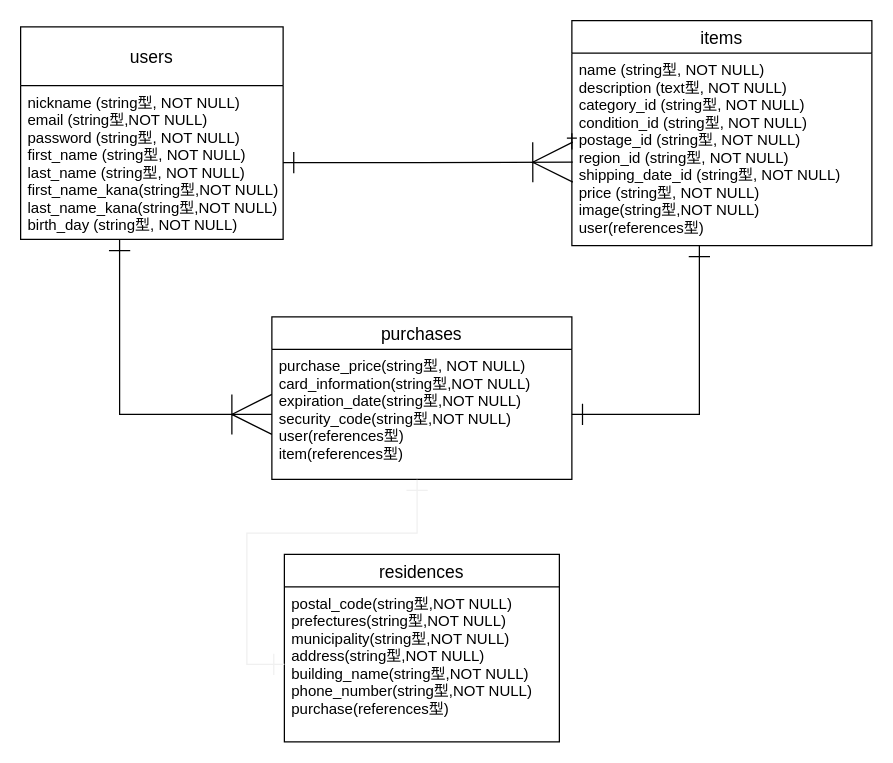
Earlier version of the draw.io diagram furima-32566.dio (Yu06rain/furima-32566). Source tidied: cells renumbered, new cells numbered last; positions are measured from the earlier drawing's top-left corner, leaving out a move shared by most shapes. Both pictures are drawn from the tidied source at 125%, with x=0, y=0 at pixel (20, 20).
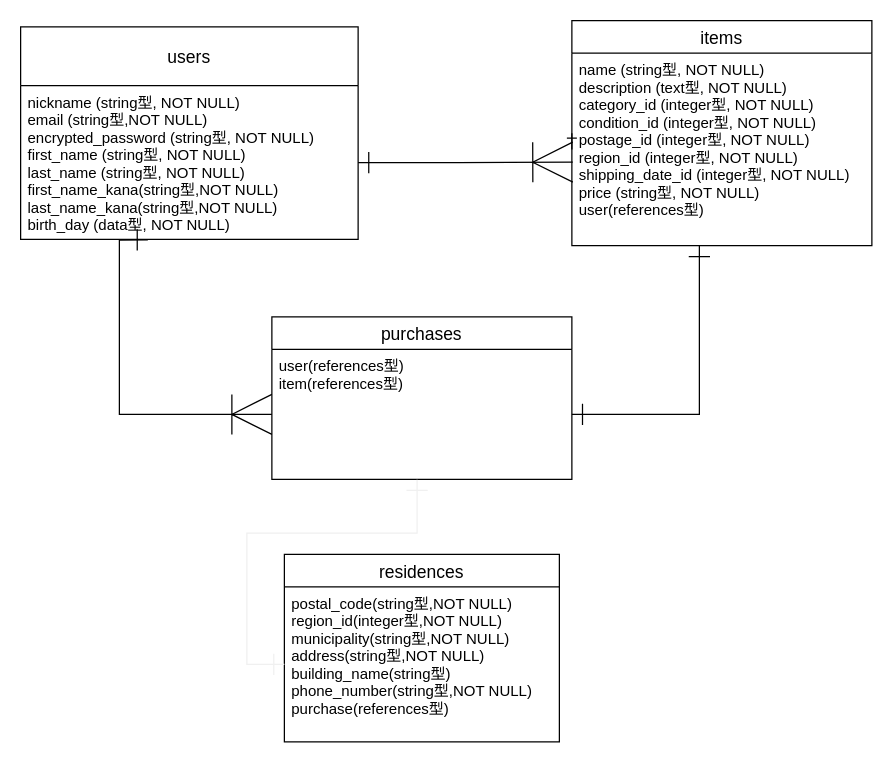
The same diagram, later.

Change to the diagram source:
```diff
@@
 <mxGraphModel>
   <root>
     <mxCell id="0" />
     <mxCell id="1" parent="0" />
     <mxCell id="2" value="users" style="swimlane;fontStyle=0;horizontal=1;startSize=47;align=center;fontSize=14;" parent="1" vertex="1">
-      <mxGeometry y="5" width="210" height="170" as="geometry" />
+      <mxGeometry y="5" width="270" height="170" as="geometry" />
     </mxCell>
-    <mxCell id="3" value="nickname (string型, NOT NULL)&#10;email (string型,NOT NULL)&#10;password (string型, NOT NULL)&#10;first_name (string型, NOT NULL)&#10;last_name (string型, NOT NULL)&#10;first_name_kana(string型,NOT NULL)&#10;last_name_kana(string型,NOT NULL)&#10;birth_day (string型, NOT NULL)" style="text;strokeColor=none;fillColor=none;spacingLeft=4;spacingRight=4;overflow=hidden;points=[[0,0.5],[1,0.5]];portConstraint=eastwest;fontSize=12;" parent="2" vertex="1">
-      <mxGeometry y="47" width="210" height="123" as="geometry" />
+    <mxCell id="3" value="nickname (string型, NOT NULL)&#10;email (string型,NOT NULL)&#10;encrypted_password (string型, NOT NULL)&#10;first_name (string型, NOT NULL)&#10;last_name (string型, NOT NULL)&#10;first_name_kana(string型,NOT NULL)&#10;last_name_kana(string型,NOT NULL)&#10;birth_day (data型, NOT NULL)" style="text;strokeColor=none;fillColor=none;spacingLeft=4;spacingRight=4;overflow=hidden;points=[[0,0.5],[1,0.5]];portConstraint=eastwest;fontSize=12;" parent="2" vertex="1">
+      <mxGeometry y="47" width="270" height="123" as="geometry" />
     </mxCell>
     <mxCell id="4" value="items" style="swimlane;fontStyle=0;horizontal=1;startSize=26;align=center;fontSize=14;" parent="1" vertex="1">
       <mxGeometry x="441" width="240" height="180" as="geometry" />
     </mxCell>
     <mxCell id="5" style="edgeStyle=orthogonalEdgeStyle;rounded=0;jumpSize=19;jettySize=auto;html=1;exitX=0;exitY=0.5;exitDx=0;exitDy=0;entryX=0;entryY=0.5;entryDx=0;entryDy=0;startSize=8;endArrow=ERone;endFill=0;endSize=6;" parent="4" edge="1" source="6" target="4">
       <mxGeometry relative="1" as="geometry" />
     </mxCell>
-    <mxCell id="6" value="name (string型, NOT NULL)&#10;description (text型, NOT NULL)&#10;category_id (string型, NOT NULL)&#10;condition_id (string型, NOT NULL)&#10;postage_id (string型, NOT NULL)&#10;region_id (string型, NOT NULL)&#10;shipping_date_id (string型, NOT NULL)&#10;price (string型, NOT NULL)&#10;image(string型,NOT NULL)&#10;user(references型)&#10;&#10;" style="text;strokeColor=none;fillColor=none;spacingLeft=4;spacingRight=4;overflow=hidden;points=[[0,0.5],[1,0.5]];portConstraint=eastwest;fontSize=12;" parent="4" vertex="1">
+    <mxCell id="6" value="name (string型, NOT NULL)&#10;description (text型, NOT NULL)&#10;category_id (integer型, NOT NULL)&#10;condition_id (integer型, NOT NULL)&#10;postage_id (integer型, NOT NULL)&#10;region_id (integer型, NOT NULL)&#10;shipping_date_id (integer型, NOT NULL)&#10;price (string型, NOT NULL)&#10;user(references型)&#10;&#10;" style="text;strokeColor=none;fillColor=none;spacingLeft=4;spacingRight=4;overflow=hidden;points=[[0,0.5],[1,0.5]];portConstraint=eastwest;fontSize=12;" parent="4" vertex="1">
       <mxGeometry y="26" width="240" height="154" as="geometry" />
     </mxCell>
     <mxCell id="7" value="purchases" style="swimlane;fontStyle=0;horizontal=1;startSize=26;align=center;fontSize=14;" parent="1" vertex="1">
       <mxGeometry x="201" y="237" width="240" height="130" as="geometry" />
     </mxCell>
-    <mxCell id="8" value="purchase_price(string型, NOT NULL)&#10;card_information(string型,NOT NULL)&#10;expiration_date(string型,NOT NULL)&#10;security_code(string型,NOT NULL)&#10;user(references型)&#10;item(references型)" style="text;strokeColor=none;fillColor=none;spacingLeft=4;spacingRight=4;overflow=hidden;points=[[0,0.5],[1,0.5]];portConstraint=eastwest;fontSize=12;" parent="7" vertex="1">
+    <mxCell id="8" value="user(references型)&#10;item(references型)" style="text;strokeColor=none;fillColor=none;spacingLeft=4;spacingRight=4;overflow=hidden;points=[[0,0.5],[1,0.5]];portConstraint=eastwest;fontSize=12;" parent="7" vertex="1">
       <mxGeometry y="26" width="240" height="104" as="geometry" />
     </mxCell>
     <mxCell id="9" value="residences" style="swimlane;fontStyle=0;horizontal=1;startSize=26;align=center;fontSize=14;" parent="1" vertex="1">
       <mxGeometry x="211" y="427" width="220" height="150" as="geometry" />
     </mxCell>
-    <mxCell id="10" value="postal_code(string型,NOT NULL)&#10;prefectures(string型,NOT NULL)&#10;municipality(string型,NOT NULL)&#10;address(string型,NOT NULL)&#10;building_name(string型,NOT NULL)&#10;phone_number(string型,NOT NULL)&#10;purchase(references型)" style="text;strokeColor=none;fillColor=none;spacingLeft=4;spacingRight=4;overflow=hidden;points=[[0,0.5],[1,0.5]];portConstraint=eastwest;fontSize=12;" parent="9" vertex="1">
+    <mxCell id="10" value="postal_code(string型,NOT NULL)&#10;region_id(integer型,NOT NULL)&#10;municipality(string型,NOT NULL)&#10;address(string型,NOT NULL)&#10;building_name(string型)&#10;phone_number(string型,NOT NULL)&#10;purchase(references型)" style="text;strokeColor=none;fillColor=none;spacingLeft=4;spacingRight=4;overflow=hidden;points=[[0,0.5],[1,0.5]];portConstraint=eastwest;fontSize=12;" parent="9" vertex="1">
       <mxGeometry y="26" width="220" height="124" as="geometry" />
     </mxCell>
     <mxCell id="11" style="edgeStyle=orthogonalEdgeStyle;rounded=0;jumpSize=19;jettySize=auto;html=1;exitX=0.377;exitY=1.004;exitDx=0;exitDy=0;endArrow=ERoneToMany;endFill=0;entryX=0;entryY=0.5;entryDx=0;entryDy=0;exitPerimeter=0;endSize=30;startArrow=ERone;startFill=0;startSize=15;" parent="1" edge="1" source="3" target="8">
       <mxGeometry relative="1" as="geometry">
         <Array as="points">
           <mxPoint x="79" y="315" />
         </Array>
       </mxGeometry>
     </mxCell>
     <mxCell id="12" style="edgeStyle=orthogonalEdgeStyle;rounded=0;jumpSize=19;jettySize=auto;html=1;exitX=0;exitY=0.5;exitDx=0;exitDy=0;entryX=0.484;entryY=1.003;entryDx=0;entryDy=0;entryPerimeter=0;startSize=15;endArrow=ERone;endFill=0;endSize=15;strokeColor=#f0f0f0;startArrow=ERone;startFill=0;" parent="1" edge="1" source="10" target="8">
       <mxGeometry relative="1" as="geometry" />
     </mxCell>
     <mxCell id="13" style="edgeStyle=orthogonalEdgeStyle;rounded=0;jumpSize=19;jettySize=auto;html=1;exitX=1;exitY=0.5;exitDx=0;exitDy=0;entryX=0.003;entryY=0.566;entryDx=0;entryDy=0;entryPerimeter=0;startSize=15;endArrow=ERoneToMany;endFill=0;endSize=30;startArrow=ERone;startFill=0;" parent="1" edge="1" source="3" target="6">
       <mxGeometry relative="1" as="geometry" />
     </mxCell>
     <mxCell id="14" style="edgeStyle=orthogonalEdgeStyle;rounded=0;jumpSize=19;jettySize=auto;html=1;exitX=1;exitY=0.5;exitDx=0;exitDy=0;entryX=0.425;entryY=1.002;entryDx=0;entryDy=0;entryPerimeter=0;startSize=15;endArrow=ERone;endFill=0;endSize=15;startArrow=ERone;startFill=0;" parent="1" edge="1" source="8" target="6">
       <mxGeometry relative="1" as="geometry" />
     </mxCell>
   </root>
 </mxGraphModel>
```
